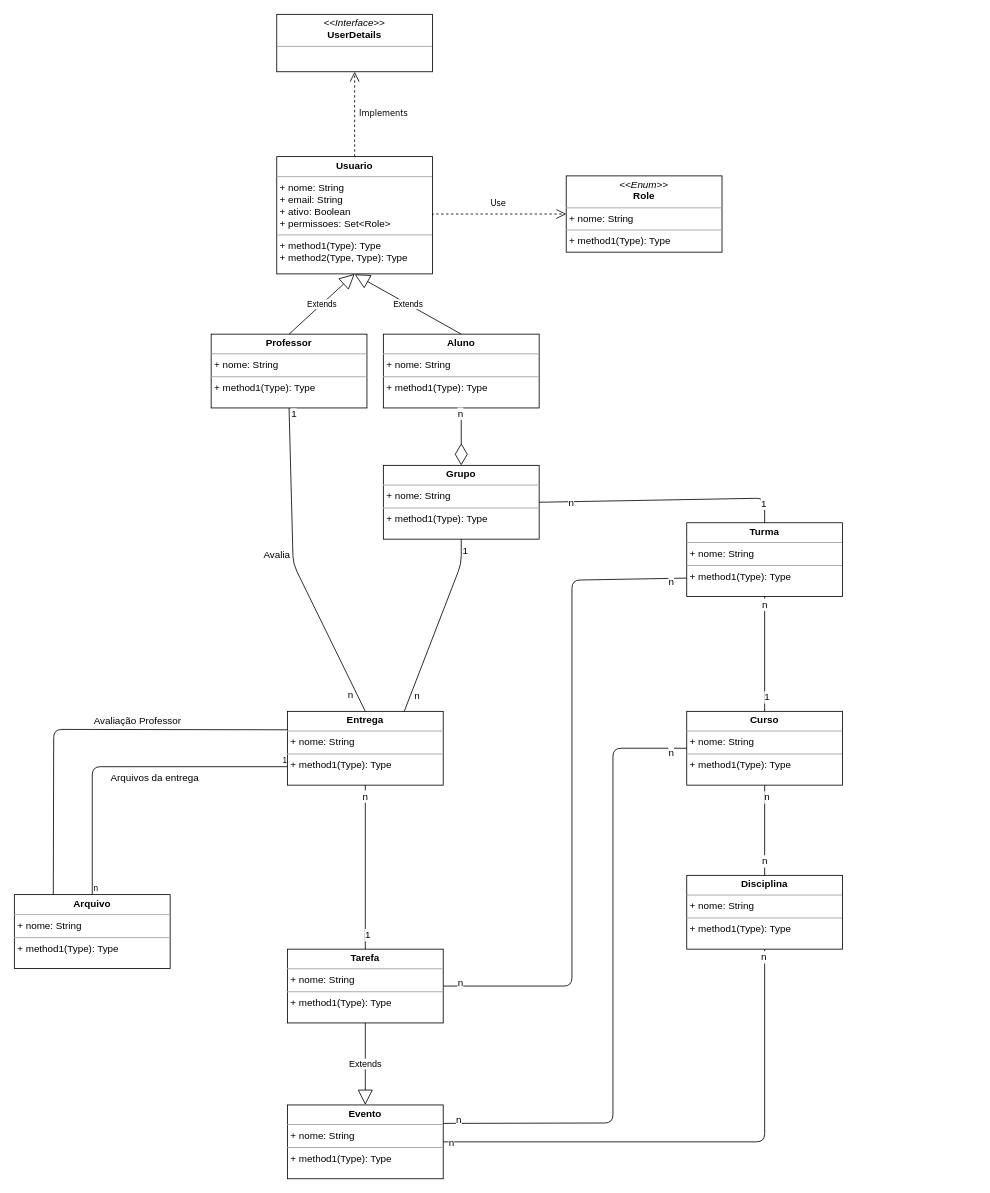
Above: page "Page-2" (2 of 2) of documentacao/Diagramas.drawio in alexaugustobr/ope-handcode (draw.io), before the change. Source tidied: cells renumbered, new cells numbered last; positions are measured from the earlier drawing's top-left corner, leaving out a move shared by most shapes. Both pictures are drawn from the tidied source at 82%, with x=0, y=0 at pixel (14, 14).
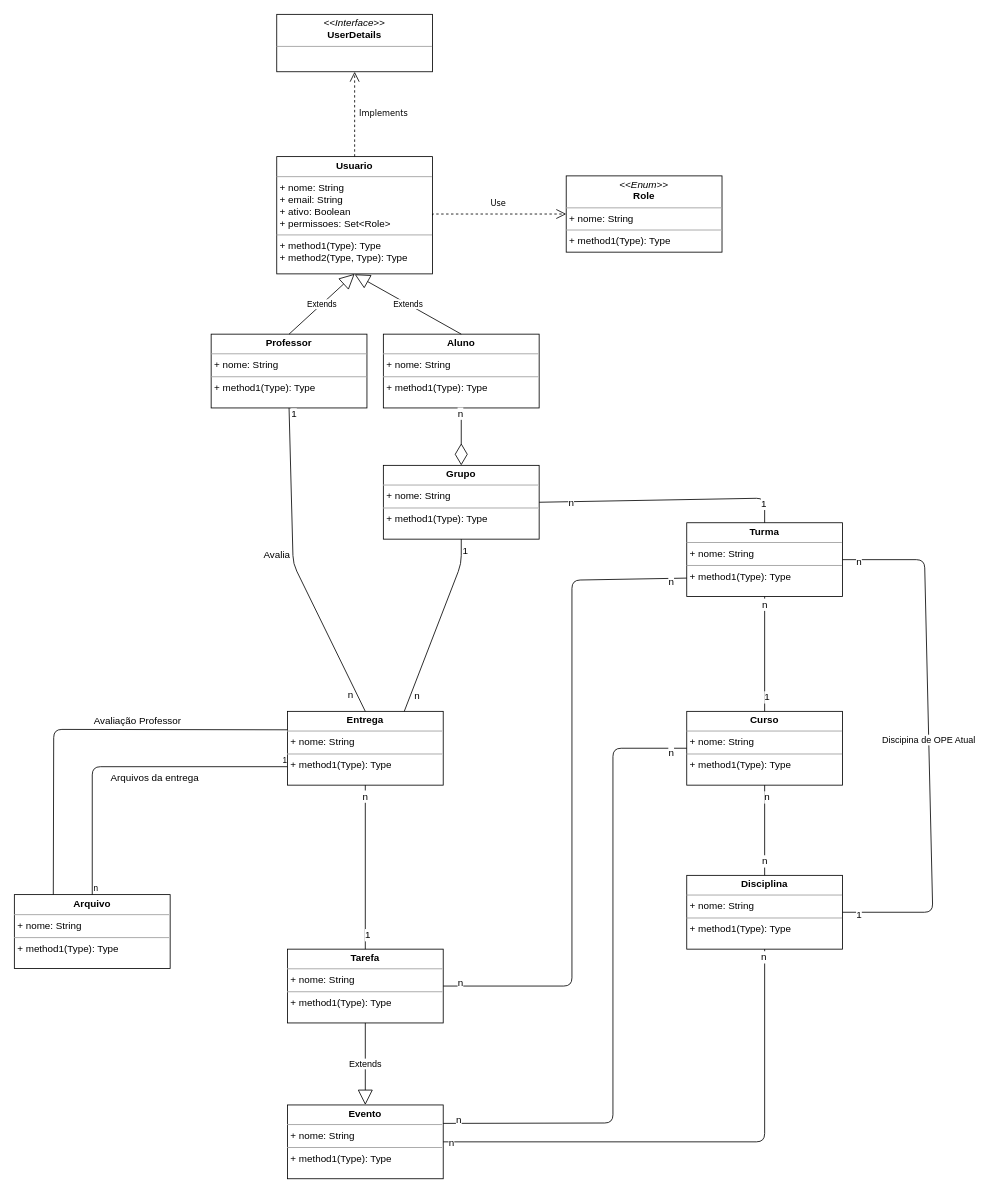
Above is the later version.

The change refers to these unchanged cells:
```xml
<mxCell id="12" value="&lt;p style=&quot;margin: 0px ; margin-top: 4px ; text-align: center&quot;&gt;&lt;b&gt;Turma&lt;/b&gt;&lt;/p&gt;&lt;hr size=&quot;1&quot;&gt;&lt;p style=&quot;margin: 0px ; margin-left: 4px&quot;&gt;+ nome: String&lt;br&gt;&lt;/p&gt;&lt;hr size=&quot;1&quot;&gt;&lt;p style=&quot;margin: 0px ; margin-left: 4px&quot;&gt;+ method1(Type): Type&lt;/p&gt;" style="verticalAlign=top;align=left;overflow=fill;fontSize=12;fontFamily=Helvetica;html=1;rounded=0;shadow=0;comic=0;labelBackgroundColor=none;strokeColor=#000000;strokeWidth=1;fillColor=#ffffff;" parent="1" vertex="1">
  <mxGeometry x="820" y="620" width="190" height="90" as="geometry" />
</mxCell>
<mxCell id="21" value="&lt;p style=&quot;margin: 0px ; margin-top: 4px ; text-align: center&quot;&gt;&lt;b&gt;Disciplina&lt;/b&gt;&lt;/p&gt;&lt;hr size=&quot;1&quot;&gt;&lt;p style=&quot;margin: 0px ; margin-left: 4px&quot;&gt;+ nome: String&lt;br&gt;&lt;/p&gt;&lt;hr size=&quot;1&quot;&gt;&lt;p style=&quot;margin: 0px ; margin-left: 4px&quot;&gt;+ method1(Type): Type&lt;/p&gt;" style="verticalAlign=top;align=left;overflow=fill;fontSize=12;fontFamily=Helvetica;html=1;rounded=0;shadow=0;comic=0;labelBackgroundColor=none;strokeColor=#000000;strokeWidth=1;fillColor=#ffffff;" parent="1" vertex="1">
  <mxGeometry x="820" y="1050" width="190" height="90" as="geometry" />
</mxCell>
```

The edit, as a diff of the source:
```diff
@@
+    <mxCell id="57" value="Discipina de OPE Atual" style="endArrow=none;html=1;entryX=1;entryY=0.5;entryDx=0;entryDy=0;exitX=1;exitY=0.5;exitDx=0;exitDy=0;" parent="1" edge="1" source="21" target="12">
+      <mxGeometry relative="1" as="geometry">
+        <Array as="points">
+          <mxPoint x="1120" y="1095" />
+          <mxPoint x="1110" y="665" />
+        </Array>
+      </mxGeometry>
+    </mxCell>
+    <mxCell id="58" value="n" style="text;html=1;align=center;verticalAlign=middle;labelBackgroundColor=#ffffff;" parent="57" vertex="1">
+      <mxGeometry x="0.94" y="2" relative="1" as="geometry" />
+    </mxCell>
+    <mxCell id="59" value="1" style="text;html=1;align=center;verticalAlign=middle;labelBackgroundColor=#ffffff;" parent="57" vertex="1">
+      <mxGeometry x="-0.94" y="-2" relative="1" as="geometry" />
+    </mxCell>
```
